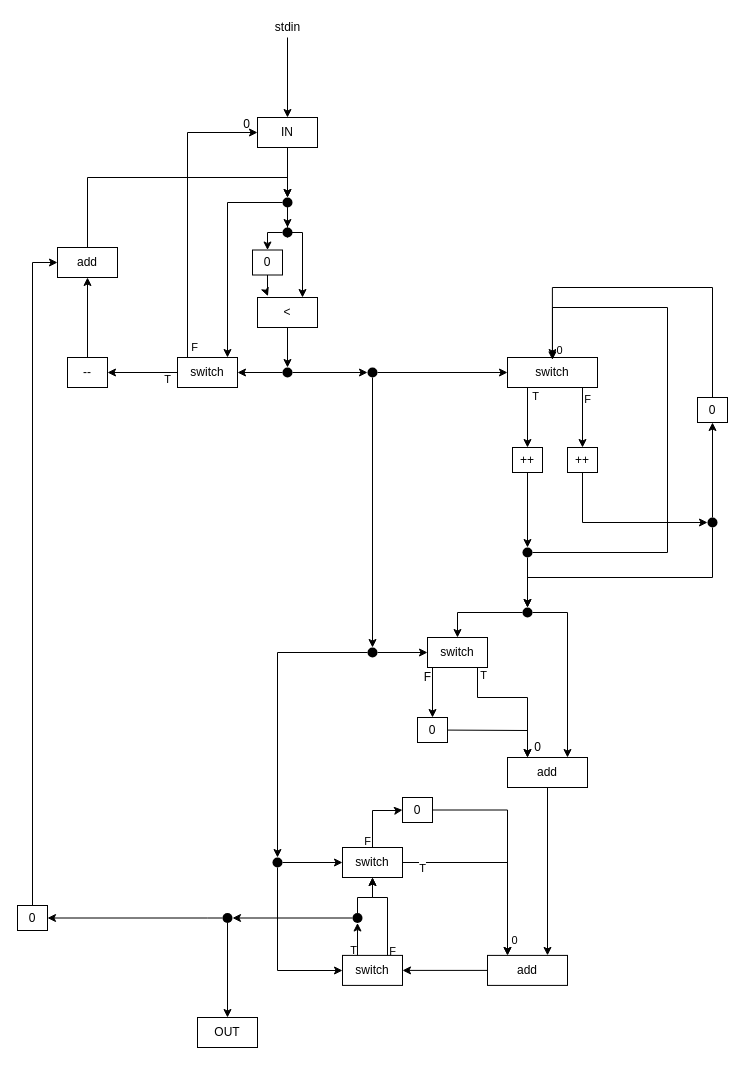
Earlier version of the draw.io diagram Dataflow3.drawio (dezhic/Dataflow). Source tidied: cells renumbered, new cells numbered last; positions are measured from the earlier drawing's top-left corner, leaving out a move shared by most shapes. Both pictures are drawn from the tidied source at 100%, with x=0, y=0 at pixel (17, 17).
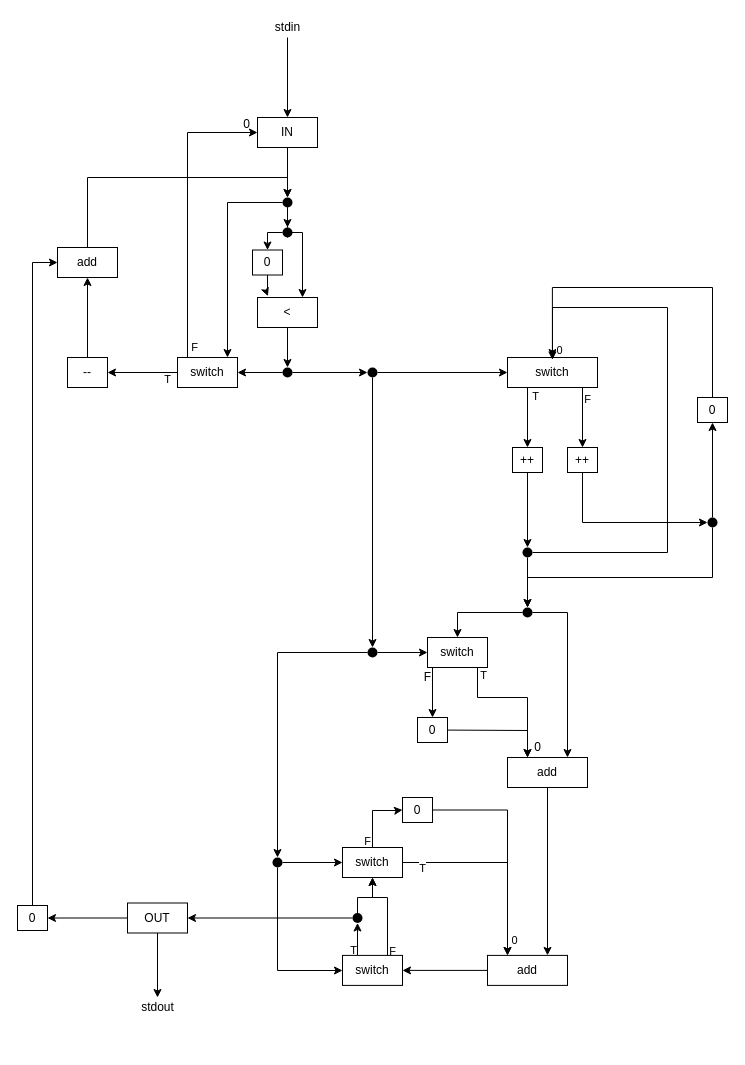
Above is the later version.

Commit message (it also covers changes not shown here):
Change Output actor. Print to stdout happens before ACK input.

The change refers to these unchanged cells:
```xml
<mxCell id="67" value="0" style="rounded=0;whiteSpace=wrap;html=1;" parent="1" vertex="1">
  <mxGeometry y="888" width="30" height="25" as="geometry" />
</mxCell>
<mxCell id="84" style="ellipse;fillColor=#000000;strokeColor=none;" parent="1" vertex="1">
  <mxGeometry x="335" y="895.5" width="10" height="10" as="geometry" />
</mxCell>
```

Change to the diagram source:
```diff
@@
-    <mxCell id="62" style="edgeStyle=orthogonalEdgeStyle;rounded=0;jettySize=auto;html=1;" parent="1" edge="1" source="64" target="65">
-      <mxGeometry relative="1" as="geometry" />
-    </mxCell>
-    <mxCell id="63" style="edgeStyle=orthogonalEdgeStyle;rounded=0;jettySize=auto;html=1;" parent="1" edge="1" source="64" target="67">
-      <mxGeometry relative="1" as="geometry">
-        <Array as="points">
-          <mxPoint x="190" y="901" />
-          <mxPoint x="190" y="901" />
-        </Array>
-      </mxGeometry>
-    </mxCell>
-    <mxCell id="64" style="ellipse;fillColor=#000000;strokeColor=none;" parent="1" vertex="1">
-      <mxGeometry x="205" y="895.5" width="10" height="10" as="geometry" />
-    </mxCell>
+    <mxCell id="93" style="edgeStyle=orthogonalEdgeStyle;rounded=0;jettySize=auto;html=1;exitX=0;exitY=0.5;exitDx=0;exitDy=0;entryX=1;entryY=0.5;entryDx=0;entryDy=0;" parent="1" edge="1" source="65" target="67">
+      <mxGeometry relative="1" as="geometry" />
+    </mxCell>
+    <mxCell id="94" style="edgeStyle=orthogonalEdgeStyle;rounded=0;jettySize=auto;html=1;" parent="1" edge="1" source="65" target="95">
+      <mxGeometry relative="1" as="geometry" />
+    </mxCell>
     <mxCell id="65" value="OUT" style="rounded=0;whiteSpace=wrap;html=1;" parent="1" vertex="1">
-      <mxGeometry x="180" y="1000" width="60" height="30" as="geometry" />
+      <mxGeometry x="110" y="885.5" width="60" height="30" as="geometry" />
     </mxCell>
@@
-    <mxCell id="82" style="edgeStyle=orthogonalEdgeStyle;rounded=0;jettySize=auto;html=1;entryX=1;entryY=0.5;entryDx=0;entryDy=0;exitX=0;exitY=0.5;exitDx=0;exitDy=0;" parent="1" edge="1" source="84" target="64">
+    <mxCell id="82" style="edgeStyle=orthogonalEdgeStyle;rounded=0;jettySize=auto;html=1;entryX=1;entryY=0.5;entryDx=0;entryDy=0;exitX=0;exitY=0.5;exitDx=0;exitDy=0;" parent="1" edge="1" source="84" target="65">
       <mxGeometry relative="1" as="geometry" />
     </mxCell>
@@
+    <mxCell id="95" value="stdout" style="text;html=1;align=center;verticalAlign=middle;points=[];" parent="1" vertex="1">
+      <mxGeometry x="115" y="980" width="50" height="20" as="geometry" />
+    </mxCell>
```
